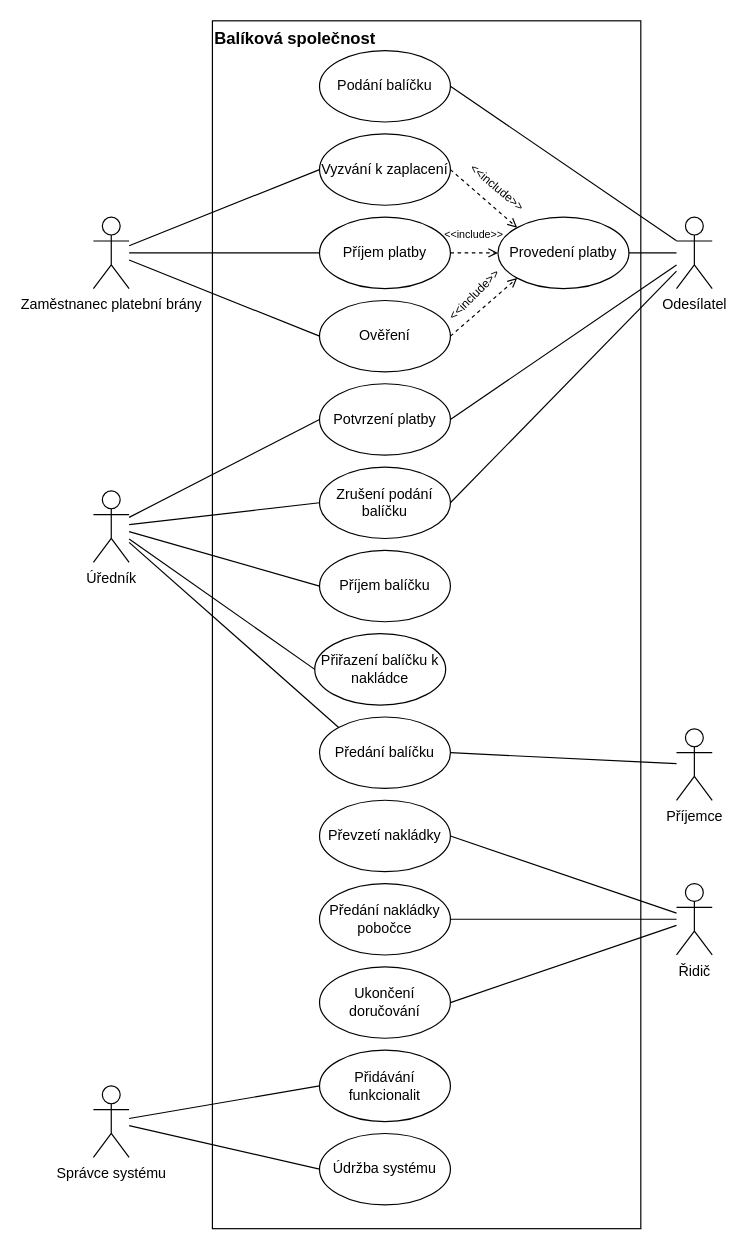
This is use-case.drawio from martinoak/culs-diagrams-net, a draw.io file, before an edit. Source tidied: cells renumbered, new cells numbered last; positions are measured from the earlier drawing's top-left corner, leaving out a move shared by most shapes. Both pictures are drawn from the tidied source at 119%, with x=0, y=0 at pixel (93, 20).
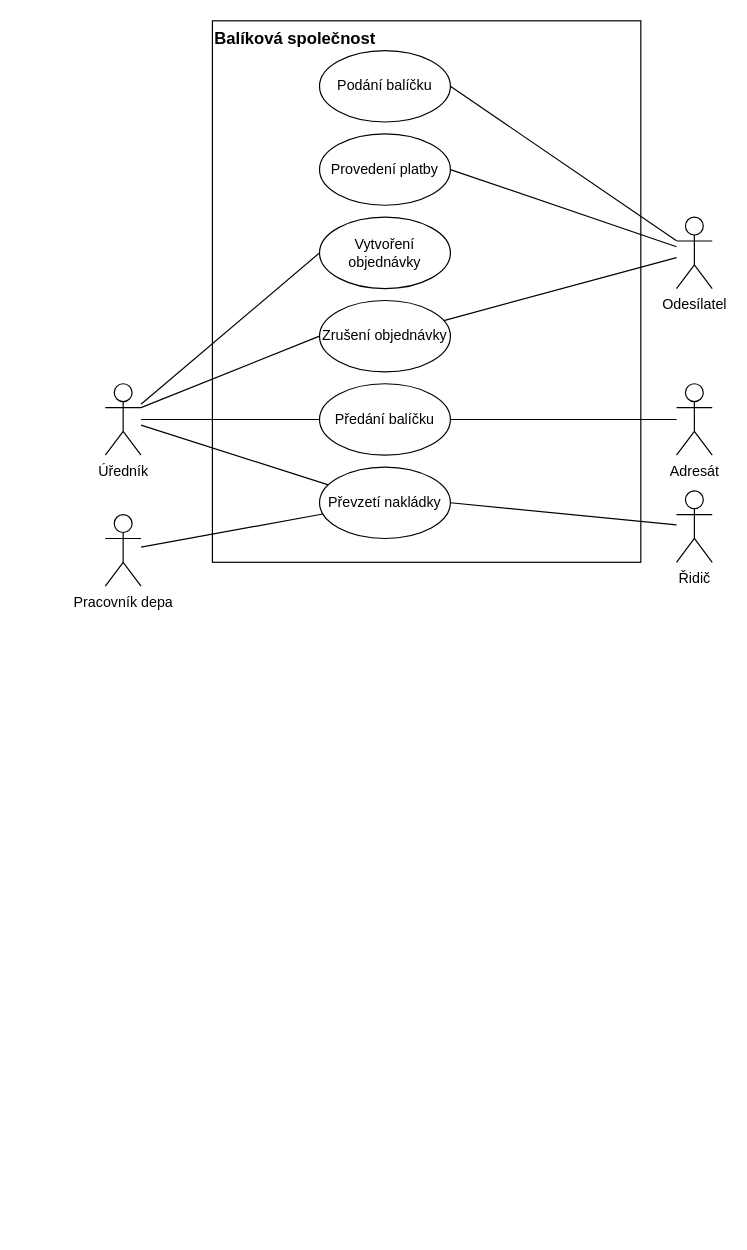
After the change.

Unchanged cells that the change refers to:
```xml
<mxCell id="2" value="Odesílatel" style="shape=umlActor;verticalLabelPosition=bottom;verticalAlign=top;html=1;outlineConnect=0;" parent="1" vertex="1">
  <mxGeometry x="490" y="165" width="30" height="60" as="geometry" />
</mxCell>
```

What changed in the source:
```diff
@@
-    <mxCell id="3" value="Příjemce" style="shape=umlActor;verticalLabelPosition=bottom;verticalAlign=top;html=1;outlineConnect=0;" parent="1" vertex="1">
-      <mxGeometry x="490" y="595" width="30" height="60" as="geometry" />
+    <mxCell id="3" value="Adresát" style="shape=umlActor;verticalLabelPosition=bottom;verticalAlign=top;html=1;outlineConnect=0;" parent="1" vertex="1">
+      <mxGeometry x="490" y="305" width="30" height="60" as="geometry" />
     </mxCell>
     <mxCell id="4" value="Balíková společnost" style="rounded=0;whiteSpace=wrap;html=1;align=left;labelPosition=center;verticalLabelPosition=middle;verticalAlign=top;fontStyle=1;fontSize=14;" parent="1" vertex="1">
-      <mxGeometry x="100" width="360" height="1015" as="geometry" />
+      <mxGeometry x="100" width="360" height="455" as="geometry" />
     </mxCell>
@@
-    <mxCell id="6" value="Zrušení podání balíčku" style="ellipse;whiteSpace=wrap;html=1;" parent="1" vertex="1">
-      <mxGeometry x="190" y="375" width="110" height="60" as="geometry" />
-    </mxCell>
     <mxCell id="7" value="Provedení platby" style="ellipse;whiteSpace=wrap;html=1;" parent="1" vertex="1">
-      <mxGeometry x="340" y="165" width="110" height="60" as="geometry" />
+      <mxGeometry x="190" y="95" width="110" height="60" as="geometry" />
     </mxCell>
     <mxCell id="8" value="Úředník" style="shape=umlActor;verticalLabelPosition=bottom;verticalAlign=top;html=1;outlineConnect=0;" parent="1" vertex="1">
-      <mxGeometry y="395" width="30" height="60" as="geometry" />
+      <mxGeometry x="10" y="305" width="30" height="60" as="geometry" />
     </mxCell>
-    <mxCell id="9" value="Příjem balíčku" style="ellipse;whiteSpace=wrap;html=1;" parent="1" vertex="1">
-      <mxGeometry x="190" y="445" width="110" height="60" as="geometry" />
-    </mxCell>
-    <mxCell id="10" value="Přiřazení balíčku k nakládce" style="ellipse;whiteSpace=wrap;html=1;" parent="1" vertex="1">
-      <mxGeometry x="186" y="515" width="110" height="60" as="geometry" />
+    <mxCell id="10" value="Vytvoření objednávky" style="ellipse;whiteSpace=wrap;html=1;" parent="1" vertex="1">
+      <mxGeometry x="190" y="165" width="110" height="60" as="geometry" />
     </mxCell>
@@
-    <mxCell id="13" value="Zaměstnanec platební brány" style="shape=umlActor;verticalLabelPosition=bottom;verticalAlign=top;html=1;outlineConnect=0;" parent="1" vertex="1">
-      <mxGeometry y="165" width="30" height="60" as="geometry" />
-    </mxCell>
-    <mxCell id="14" style="endArrow=none;html=1;rounded=0;fontSize=14;exitX=0;exitY=0.5;exitDx=0;exitDy=0;" parent="1" edge="1" source="9" target="8">
-      <mxGeometry relative="1" as="geometry" />
-    </mxCell>
-    <mxCell id="15" style="endArrow=none;html=1;rounded=0;fontSize=14;exitX=1;exitY=0.5;exitDx=0;exitDy=0;" parent="1" edge="1" source="6" target="2">
-      <mxGeometry relative="1" as="geometry" />
-    </mxCell>
@@
-    <mxCell id="18" value="Potvrzení platby" style="ellipse;whiteSpace=wrap;html=1;" parent="1" vertex="1">
-      <mxGeometry x="190" y="305" width="110" height="60" as="geometry" />
-    </mxCell>
-    <mxCell id="19" style="endArrow=none;html=1;rounded=0;fontSize=14;exitX=0;exitY=0.5;exitDx=0;exitDy=0;" parent="1" edge="1" source="18" target="8">
-      <mxGeometry relative="1" as="geometry" />
-    </mxCell>
-    <mxCell id="20" style="endArrow=none;html=1;rounded=0;fontSize=14;exitX=1;exitY=0.5;exitDx=0;exitDy=0;" parent="1" edge="1" source="18" target="2">
-      <mxGeometry relative="1" as="geometry" />
-    </mxCell>
     <mxCell id="21" value="Řidič" style="shape=umlActor;verticalLabelPosition=bottom;verticalAlign=top;html=1;outlineConnect=0;fontSize=12;" parent="1" vertex="1">
-      <mxGeometry x="490" y="725" width="30" height="60" as="geometry" />
+      <mxGeometry x="490" y="395" width="30" height="60" as="geometry" />
     </mxCell>
+    <mxCell id="49" style="edgeStyle=none;rounded=0;jettySize=auto;html=1;endArrow=none;endFill=0;" parent="1" edge="1" source="22" target="27">
+      <mxGeometry relative="1" as="geometry" />
+    </mxCell>
+    <mxCell id="50" style="edgeStyle=none;rounded=0;jettySize=auto;html=1;endArrow=none;endFill=0;" parent="1" edge="1" source="22" target="8">
+      <mxGeometry relative="1" as="geometry" />
+    </mxCell>
     <mxCell id="22" value="Převzetí nakládky" style="ellipse;whiteSpace=wrap;html=1;" parent="1" vertex="1">
-      <mxGeometry x="190" y="655" width="110" height="60" as="geometry" />
+      <mxGeometry x="190" y="375" width="110" height="60" as="geometry" />
     </mxCell>
-    <mxCell id="23" value="Předání nakládky pobočce" style="ellipse;whiteSpace=wrap;html=1;" parent="1" vertex="1">
-      <mxGeometry x="190" y="725" width="110" height="60" as="geometry" />
-    </mxCell>
-    <mxCell id="24" style="endArrow=none;html=1;rounded=0;fontSize=14;exitX=1;exitY=0.5;exitDx=0;exitDy=0;" parent="1" edge="1" source="23" target="21">
-      <mxGeometry relative="1" as="geometry" />
-    </mxCell>
@@
-    <mxCell id="27" value="Správce systému" style="shape=umlActor;verticalLabelPosition=bottom;verticalAlign=top;html=1;outlineConnect=0;" parent="1" vertex="1">
-      <mxGeometry y="895" width="30" height="60" as="geometry" />
+    <mxCell id="27" value="Pracovník depa" style="shape=umlActor;verticalLabelPosition=bottom;verticalAlign=top;html=1;outlineConnect=0;" parent="1" vertex="1">
+      <mxGeometry x="10" y="415" width="30" height="60" as="geometry" />
     </mxCell>
-    <mxCell id="28" value="Přidávání funkcionalit" style="ellipse;whiteSpace=wrap;html=1;" parent="1" vertex="1">
-      <mxGeometry x="190" y="865" width="110" height="60" as="geometry" />
-    </mxCell>
-    <mxCell id="29" value="Údržba systému" style="ellipse;whiteSpace=wrap;html=1;" parent="1" vertex="1">
-      <mxGeometry x="190" y="935" width="110" height="60" as="geometry" />
-    </mxCell>
-    <mxCell id="30" style="endArrow=none;html=1;rounded=0;fontSize=14;entryX=0;entryY=0.5;entryDx=0;entryDy=0;" parent="1" edge="1" source="27" target="28">
-      <mxGeometry relative="1" as="geometry" />
-    </mxCell>
-    <mxCell id="31" style="endArrow=none;html=1;rounded=0;fontSize=14;entryX=0;entryY=0.5;entryDx=0;entryDy=0;" parent="1" edge="1" source="27" target="29">
-      <mxGeometry relative="1" as="geometry" />
-    </mxCell>
-    <mxCell id="32" style="endArrow=none;html=1;rounded=0;fontSize=14;exitX=0;exitY=0.5;exitDx=0;exitDy=0;" parent="1" edge="1" source="6" target="8">
-      <mxGeometry relative="1" as="geometry" />
-    </mxCell>
-    <mxCell id="33" value="Ukončení doručování" style="ellipse;whiteSpace=wrap;html=1;" parent="1" vertex="1">
-      <mxGeometry x="190" y="795" width="110" height="60" as="geometry" />
-    </mxCell>
-    <mxCell id="34" style="endArrow=none;html=1;rounded=0;fontSize=12;exitX=1;exitY=0.5;exitDx=0;exitDy=0;" parent="1" edge="1" source="33" target="21">
-      <mxGeometry relative="1" as="geometry" />
-    </mxCell>
-    <mxCell id="35" value="Vyzvání k zaplacení" style="ellipse;whiteSpace=wrap;html=1;" parent="1" vertex="1">
-      <mxGeometry x="190" y="95" width="110" height="60" as="geometry" />
-    </mxCell>
-    <mxCell id="36" value="Příjem platby" style="ellipse;whiteSpace=wrap;html=1;" parent="1" vertex="1">
-      <mxGeometry x="190" y="165" width="110" height="60" as="geometry" />
-    </mxCell>
-    <mxCell id="37" value="Ověření" style="ellipse;whiteSpace=wrap;html=1;" parent="1" vertex="1">
-      <mxGeometry x="190" y="235" width="110" height="60" as="geometry" />
-    </mxCell>
-    <mxCell id="38" style="endArrow=open;html=1;rounded=0;fontSize=12;endFill=0;dashed=1;entryX=0;entryY=1;entryDx=0;entryDy=0;exitX=1;exitY=0.5;exitDx=0;exitDy=0;" parent="1" edge="1" source="37" target="7">
-      <mxGeometry relative="1" as="geometry" />
-    </mxCell>
-    <mxCell id="39" style="endArrow=open;html=1;rounded=0;fontSize=12;endFill=0;dashed=1;entryX=0;entryY=0.5;entryDx=0;entryDy=0;exitX=1;exitY=0.5;exitDx=0;exitDy=0;" parent="1" edge="1" source="36" target="7">
-      <mxGeometry relative="1" as="geometry" />
-    </mxCell>
-    <mxCell id="40" style="endArrow=open;html=1;rounded=0;fontSize=12;endFill=0;dashed=1;entryX=0;entryY=0;entryDx=0;entryDy=0;exitX=1;exitY=0.5;exitDx=0;exitDy=0;" parent="1" edge="1" source="35" target="7">
-      <mxGeometry relative="1" as="geometry" />
-    </mxCell>
-    <mxCell id="41" style="endArrow=none;html=1;rounded=0;fontSize=12;entryX=0;entryY=0.5;entryDx=0;entryDy=0;" parent="1" edge="1" source="13" target="37">
-      <mxGeometry relative="1" as="geometry" />
-    </mxCell>
-    <mxCell id="42" style="endArrow=none;html=1;rounded=0;fontSize=12;entryX=0;entryY=0.5;entryDx=0;entryDy=0;" parent="1" edge="1" source="13">
-      <mxGeometry relative="1" as="geometry">
-        <mxPoint x="190" y="195" as="targetPoint" />
-      </mxGeometry>
-    </mxCell>
-    <mxCell id="43" style="endArrow=none;html=1;rounded=0;fontSize=12;entryX=0;entryY=0.5;entryDx=0;entryDy=0;" parent="1" edge="1" source="13" target="35">
-      <mxGeometry relative="1" as="geometry" />
-    </mxCell>
-    <mxCell id="44" value="&amp;lt;&amp;lt;include&amp;gt;&amp;gt;" style="text;html=1;strokeColor=none;fillColor=none;align=center;verticalAlign=middle;whiteSpace=wrap;rounded=0;fontSize=10;rotation=-45;" parent="1" vertex="1">
-      <mxGeometry x="290" y="215" width="60" height="30" as="geometry" />
-    </mxCell>
-    <mxCell id="45" value="&amp;lt;&amp;lt;include&amp;gt;&amp;gt;" style="text;html=1;strokeColor=none;fillColor=none;align=center;verticalAlign=middle;whiteSpace=wrap;rounded=0;fontSize=9;" parent="1" vertex="1">
-      <mxGeometry x="290" y="165" width="60" height="30" as="geometry" />
-    </mxCell>
-    <mxCell id="46" value="&amp;lt;&amp;lt;include&amp;gt;&amp;gt;" style="text;html=1;strokeColor=none;fillColor=none;align=center;verticalAlign=middle;whiteSpace=wrap;rounded=0;fontSize=10;rotation=40;" parent="1" vertex="1">
-      <mxGeometry x="310" y="125" width="60" height="30" as="geometry" />
-    </mxCell>
     <mxCell id="47" value="Předání balíčku" style="ellipse;whiteSpace=wrap;html=1;" parent="1" vertex="1">
-      <mxGeometry x="190" y="585" width="110" height="60" as="geometry" />
+      <mxGeometry x="190" y="305" width="110" height="60" as="geometry" />
     </mxCell>
-    <mxCell id="48" style="endArrow=none;html=1;rounded=0;fontSize=14;exitX=0;exitY=0;exitDx=0;exitDy=0;" parent="1" edge="1" source="47" target="8">
+    <mxCell id="48" style="endArrow=none;html=1;rounded=0;fontSize=14;exitX=0;exitY=0.5;exitDx=0;exitDy=0;" parent="1" edge="1" source="47" target="8">
       <mxGeometry relative="1" as="geometry" />
     </mxCell>
+    <mxCell id="51" style="rounded=0;jettySize=auto;html=1;endArrow=none;endFill=0;" parent="1" edge="1" source="53" target="2">
+      <mxGeometry relative="1" as="geometry" />
+    </mxCell>
+    <mxCell id="52" style="edgeStyle=none;rounded=0;jettySize=auto;html=1;endArrow=none;endFill=0;exitX=0;exitY=0.5;exitDx=0;exitDy=0;" parent="1" edge="1" source="53">
+      <mxGeometry relative="1" as="geometry">
+        <mxPoint x="40" y="325" as="targetPoint" />
+      </mxGeometry>
+    </mxCell>
+    <mxCell id="53" value="Zrušení objednávky" style="ellipse;whiteSpace=wrap;html=1;" parent="1" vertex="1">
+      <mxGeometry x="190" y="235" width="110" height="60" as="geometry" />
+    </mxCell>
```
